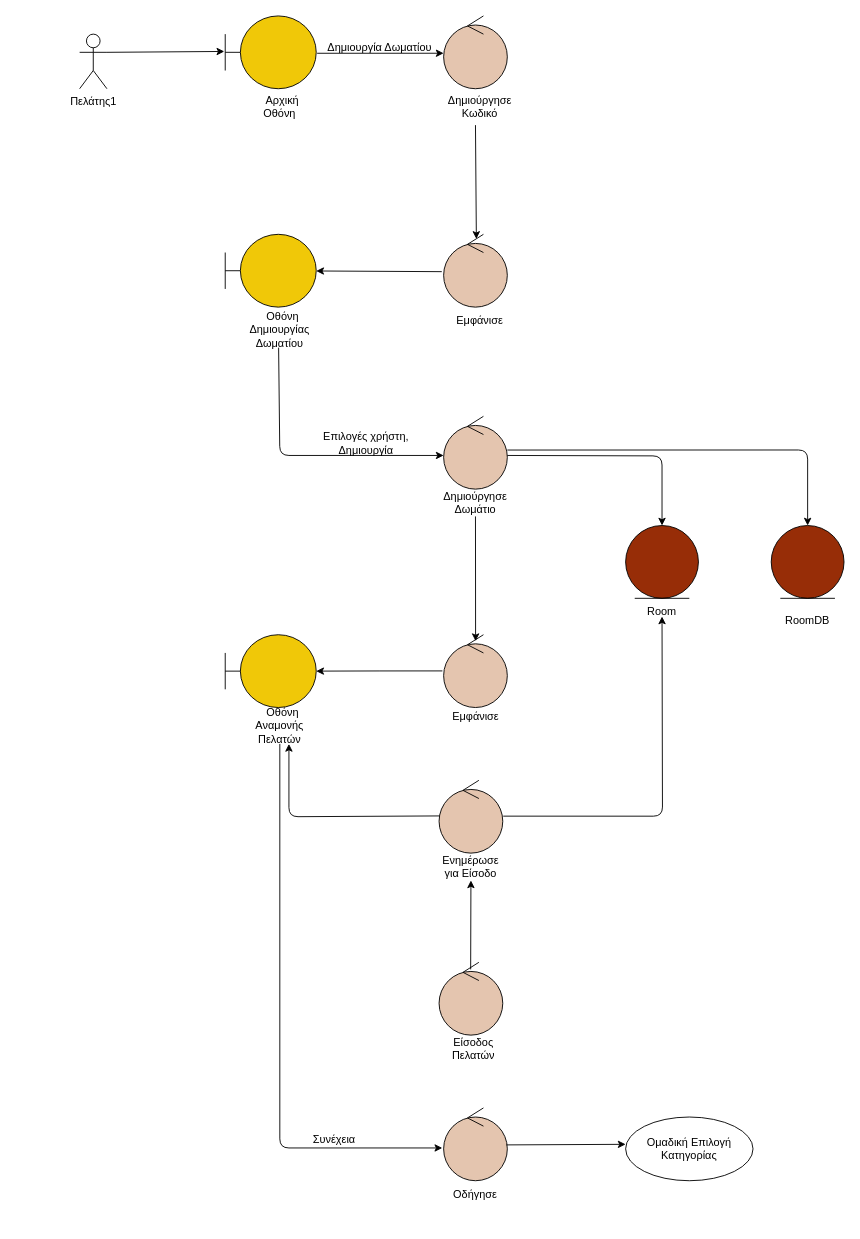
Above: docs/contributions/JoannaAgo/Phase_5/Create Room/Create_Room_Robustness.drawio in iloudaros/nomnomr (draw.io), before the change. Source tidied: cells renumbered, new cells numbered last; positions are measured from the earlier drawing's top-left corner, leaving out a move shared by most shapes. Both pictures are drawn from the tidied source at 91%, with x=0, y=0 at pixel (79, 15).
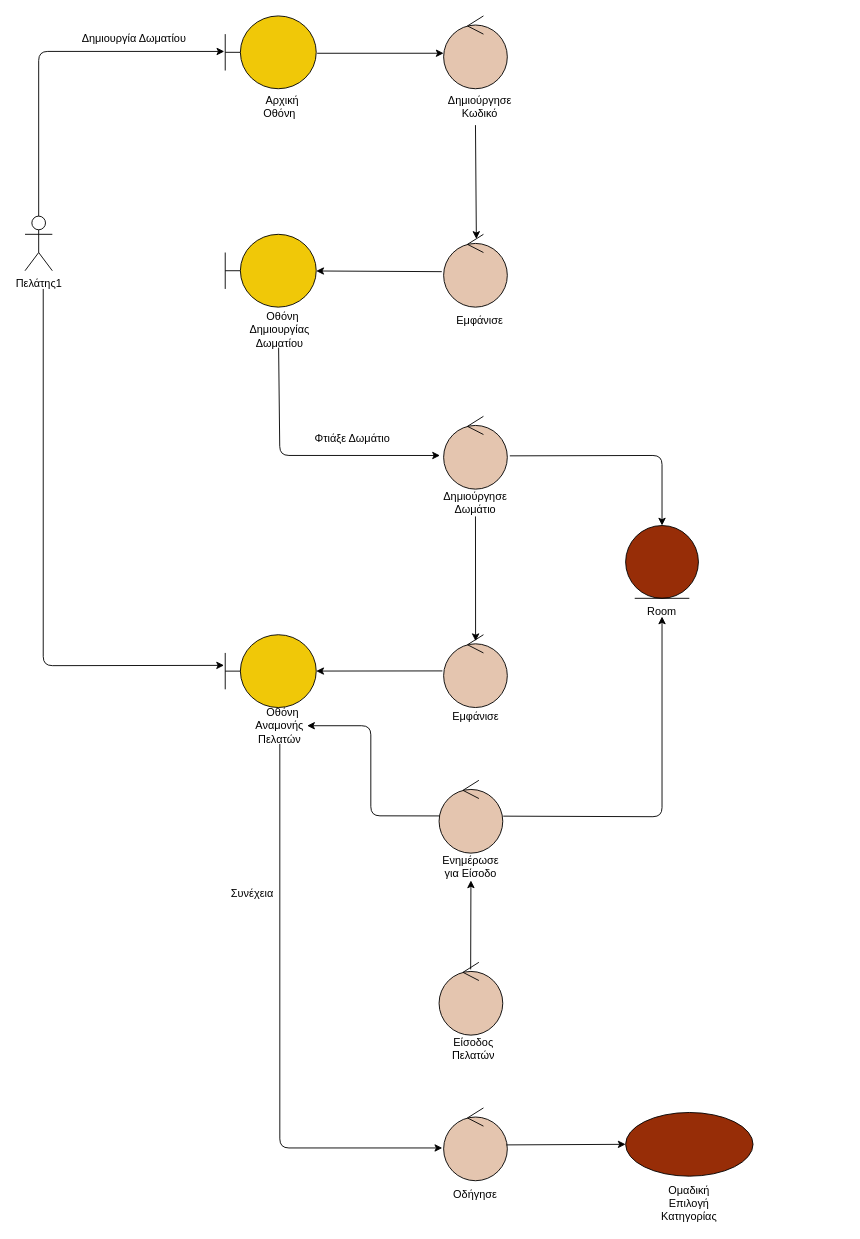
After the change.

Commit message:
Create Room Robustness Changes: - Προσθήκη actions Πελάτη1 στα βέλη που "φεύγουν" από τις οθόνες. - Αντικατάσταση Entity "Ομαδική Επιλογή Κατηγορίας" με Use Case.

The change refers to these unchanged cells:
```xml
<mxCell id="3" style="shape=umlBoundary;whiteSpace=wrap;html=1;fillColor=#F0C808;" parent="1" vertex="1">
  <mxGeometry x="160" width="100" height="80" as="geometry" />
</mxCell>
<mxCell id="14" value="&amp;nbsp; Οθόνη Δημιουργίας Δωματίου" style="text;html=1;strokeColor=none;fillColor=none;align=center;verticalAlign=middle;whiteSpace=wrap;rounded=0;" parent="1" vertex="1">
  <mxGeometry x="190" y="330" width="60" height="30" as="geometry" />
</mxCell>
<mxCell id="16" style="ellipse;shape=umlControl;whiteSpace=wrap;html=1;fillColor=#E4C5AF;" parent="1" vertex="1">
  <mxGeometry x="400" y="440" width="70" height="80" as="geometry" />
</mxCell>
<mxCell id="19" style="ellipse;shape=umlEntity;whiteSpace=wrap;html=1;fillColor=#972D07;" parent="1" vertex="1">
  <mxGeometry x="600" y="560" width="80" height="80" as="geometry" />
</mxCell>
<mxCell id="22" style="ellipse;shape=umlControl;whiteSpace=wrap;html=1;fillColor=#E4C5AF;" parent="1" vertex="1">
  <mxGeometry x="400" y="680" width="70" height="80" as="geometry" />
</mxCell>
<mxCell id="24" style="shape=umlBoundary;whiteSpace=wrap;html=1;fillColor=#F0C808;" parent="1" vertex="1">
  <mxGeometry x="160" y="680" width="100" height="80" as="geometry" />
</mxCell>
<mxCell id="25" value="&amp;nbsp; Οθόνη Αναμονής Πελατών" style="text;html=1;strokeColor=none;fillColor=none;align=center;verticalAlign=middle;whiteSpace=wrap;rounded=0;" parent="1" vertex="1">
  <mxGeometry x="190" y="770" width="60" height="20" as="geometry" />
</mxCell>
<mxCell id="29" style="ellipse;shape=umlControl;whiteSpace=wrap;html=1;fillColor=#E4C5AF;" parent="1" vertex="1">
  <mxGeometry x="395" y="840" width="70" height="80" as="geometry" />
</mxCell>
```

Diff of the diagram source:
```diff
@@
     <mxCell id="2" value="Πελάτης1" style="shape=umlActor;verticalLabelPosition=bottom;verticalAlign=top;html=1;" parent="1" vertex="1">
-      <mxGeometry y="20" width="30" height="60" as="geometry" />
+      <mxGeometry x="-60" y="220" width="30" height="60" as="geometry" />
     </mxCell>
@@
-    <mxCell id="5" style="endArrow=classic;html=1;rounded=1;exitX=1;exitY=0.3333333333333333;exitDx=0;exitDy=0;exitPerimeter=0;entryX=-0.01;entryY=0.488;entryDx=0;entryDy=0;entryPerimeter=0;" parent="1" edge="1" source="2" target="3">
-      <mxGeometry relative="1" as="geometry" />
+    <mxCell id="5" style="endArrow=classic;html=1;rounded=1;exitX=0.5;exitY=0;exitDx=0;exitDy=0;exitPerimeter=0;entryX=-0.01;entryY=0.488;entryDx=0;entryDy=0;entryPerimeter=0;" parent="1" edge="1" source="2" target="3">
+      <mxGeometry relative="1" as="geometry">
+        <Array as="points">
+          <mxPoint x="-45" y="39" />
+        </Array>
+      </mxGeometry>
     </mxCell>
@@
     <mxCell id="15" value="Δημιουργία Δωματίου" style="text;html=1;strokeColor=none;fillColor=none;align=center;verticalAlign=middle;whiteSpace=wrap;rounded=0;" parent="1" vertex="1">
-      <mxGeometry x="260" y="20" width="140" height="30" as="geometry" />
+      <mxGeometry x="-10" y="10" width="140" height="30" as="geometry" />
     </mxCell>
@@
-    <mxCell id="18" style="endArrow=classic;html=1;rounded=1;exitX=0.478;exitY=1.152;exitDx=0;exitDy=0;exitPerimeter=0;" parent="1" edge="1" source="14">
+    <mxCell id="18" style="endArrow=classic;html=1;rounded=1;entryX=-0.057;entryY=0.538;entryDx=0;entryDy=0;entryPerimeter=0;exitX=0.478;exitY=1.152;exitDx=0;exitDy=0;exitPerimeter=0;" parent="1" edge="1" source="14" target="16">
       <mxGeometry relative="1" as="geometry">
-        <mxPoint x="400" y="483" as="targetPoint" />
         <Array as="points">
           <mxPoint x="220" y="483" />
         </Array>
       </mxGeometry>
     </mxCell>
@@
-    <mxCell id="21" style="endArrow=classic;html=1;rounded=1;entryX=0.5;entryY=0;entryDx=0;entryDy=0;edgeStyle=orthogonalEdgeStyle;" parent="1" edge="1" target="19">
+    <mxCell id="21" style="endArrow=classic;html=1;rounded=1;exitX=1.039;exitY=0.543;exitDx=0;exitDy=0;entryX=0.5;entryY=0;entryDx=0;entryDy=0;exitPerimeter=0;" parent="1" edge="1" source="16" target="19">
       <mxGeometry relative="1" as="geometry">
-        <mxPoint x="470" y="483" as="sourcePoint" />
+        <Array as="points">
+          <mxPoint x="640" y="483" />
+        </Array>
       </mxGeometry>
     </mxCell>
@@
-    <mxCell id="27" style="endArrow=classic;html=1;rounded=0;exitX=-0.019;exitY=0.497;exitDx=0;exitDy=0;exitPerimeter=0;edgeStyle=orthogonalEdgeStyle;" parent="1" edge="1" source="22" target="24">
+    <mxCell id="27" style="endArrow=classic;html=1;rounded=0;exitX=-0.019;exitY=0.497;exitDx=0;exitDy=0;exitPerimeter=0;" parent="1" edge="1" source="22" target="24">
       <mxGeometry relative="1" as="geometry" />
     </mxCell>
+    <mxCell id="45" style="endArrow=classic;html=1;rounded=1;entryX=-0.013;entryY=0.421;entryDx=0;entryDy=0;entryPerimeter=0;" parent="1" edge="1" target="24">
+      <mxGeometry relative="1" as="geometry">
+        <mxPoint x="-40" y="300" as="sourcePoint" />
+        <Array as="points">
+          <mxPoint x="-40" y="714" />
+        </Array>
+      </mxGeometry>
+    </mxCell>
     <mxCell id="28" value="Συνέχεια" style="text;html=1;strokeColor=none;fillColor=none;align=center;verticalAlign=middle;whiteSpace=wrap;rounded=0;" parent="1" vertex="1">
-      <mxGeometry x="210" y="1220" width="140" height="30" as="geometry" />
+      <mxGeometry x="120" y="950" width="140" height="30" as="geometry" />
     </mxCell>
@@
-    <mxCell id="31" style="endArrow=classic;html=1;rounded=1;exitX=1.007;exitY=0.492;exitDx=0;exitDy=0;exitPerimeter=0;edgeStyle=orthogonalEdgeStyle;" parent="1" edge="1" source="29">
+    <mxCell id="31" style="endArrow=classic;html=1;rounded=1;exitX=1.007;exitY=0.492;exitDx=0;exitDy=0;exitPerimeter=0;" parent="1" edge="1" source="29">
       <mxGeometry relative="1" as="geometry">
         <mxPoint x="640" y="660" as="targetPoint" />
+        <Array as="points">
+          <mxPoint x="640" y="880" />
+        </Array>
       </mxGeometry>
     </mxCell>
@@
-    <mxCell id="33" style="endArrow=classic;html=1;rounded=1;exitX=0.006;exitY=0.489;exitDx=0;exitDy=0;exitPerimeter=0;" parent="1" edge="1" source="29">
+    <mxCell id="33" style="endArrow=classic;html=1;rounded=1;exitX=0.006;exitY=0.489;exitDx=0;exitDy=0;exitPerimeter=0;" parent="1" edge="1" source="29" target="25">
       <mxGeometry relative="1" as="geometry">
-        <mxPoint x="230" y="800" as="targetPoint" />
         <Array as="points">
-          <mxPoint x="230" y="880" />
+          <mxPoint x="320" y="879" />
+          <mxPoint x="320" y="780" />
         </Array>
       </mxGeometry>
     </mxCell>
@@
+    <mxCell id="41" value="Ομαδική Επιλογή Κατηγορίας" style="text;html=1;strokeColor=none;fillColor=none;align=center;verticalAlign=middle;whiteSpace=wrap;rounded=0;" parent="1" vertex="1">
+      <mxGeometry x="640" y="1290" width="60" height="30" as="geometry" />
+    </mxCell>
@@
-    <mxCell id="40" value="Επιλογές χρήστη, Δημιουργία" style="text;html=1;strokeColor=none;fillColor=none;align=center;verticalAlign=middle;whiteSpace=wrap;rounded=0;" parent="1" vertex="1">
-      <mxGeometry x="245" y="455" width="140" height="30" as="geometry" />
+    <mxCell id="40" value="Φτιάξε Δωμάτιο" style="text;html=1;strokeColor=none;fillColor=none;align=center;verticalAlign=middle;whiteSpace=wrap;rounded=0;" parent="1" vertex="1">
+      <mxGeometry x="230" y="450" width="140" height="30" as="geometry" />
     </mxCell>
-    <mxCell id="41" value="Ομαδική Επιλογή Κατηγορίας" style="ellipse;whiteSpace=wrap;html=1;" parent="1" vertex="1">
-      <mxGeometry x="600" y="1210" width="140" height="70" as="geometry" />
-    </mxCell>
-    <mxCell id="42" style="ellipse;shape=umlEntity;whiteSpace=wrap;html=1;fillColor=#972D07;" parent="1" vertex="1">
-      <mxGeometry x="760" y="560" width="80" height="80" as="geometry" />
-    </mxCell>
-    <mxCell id="43" value="RoomDB" style="text;html=1;strokeColor=none;fillColor=none;align=center;verticalAlign=middle;whiteSpace=wrap;rounded=0;" parent="1" vertex="1">
-      <mxGeometry x="770" y="650" width="60" height="30" as="geometry" />
-    </mxCell>
-    <mxCell id="44" style="endArrow=classic;html=1;rounded=1;exitX=1;exitY=0.463;exitDx=0;exitDy=0;entryX=0.5;entryY=0;entryDx=0;entryDy=0;exitPerimeter=0;edgeStyle=orthogonalEdgeStyle;" parent="1" edge="1" source="16" target="42">
-      <mxGeometry relative="1" as="geometry" />
-    </mxCell>
+    <mxCell id="46" style="ellipse;whiteSpace=wrap;html=1;fillColor=#972D07;" parent="1" vertex="1">
+      <mxGeometry x="600" y="1205" width="140" height="70" as="geometry" />
+    </mxCell>
```
